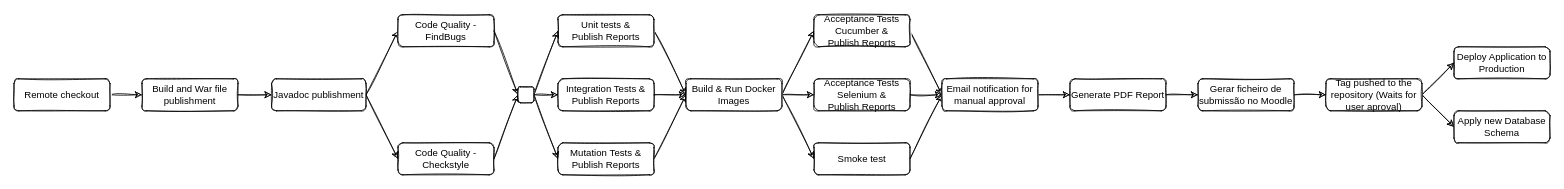
Above: page "Project Pipeline SK1" (3 of 4) of images/ODSOFT CA2 Pipelines.drawio in Wultyc/ISEP_2021_1A1S_ODSOFT (draw.io), before the change. Source tidied: cells renumbered, new cells numbered last; positions are measured from the earlier drawing's top-left corner, leaving out a move shared by most shapes. Both pictures are drawn from the tidied source at 80%, with x=0, y=0 at pixel (14, 14).
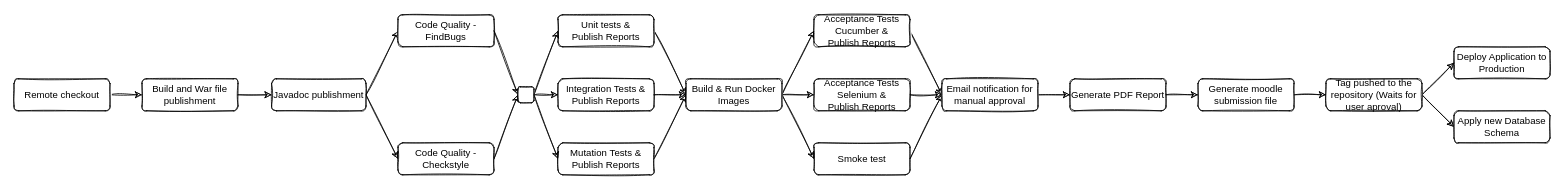
After the change.

Commit message (it also covers changes not shown here):
Update pipeline stage name

What changed in the source:
```diff
@@
-    <mxCell id="24" value="Gerar ficheiro de submissão no Moodle" style="rounded=1;whiteSpace=wrap;html=1;fontSize=12;glass=0;strokeWidth=1;shadow=0;sketch=1;" parent="1" vertex="1">
+    <mxCell id="24" value="Generate moodle submission file" style="rounded=1;whiteSpace=wrap;html=1;fontSize=12;glass=0;strokeWidth=1;shadow=0;sketch=1;" parent="1" vertex="1">
       <mxGeometry x="1480" y="80" width="120" height="40" as="geometry" />
     </mxCell>
```
